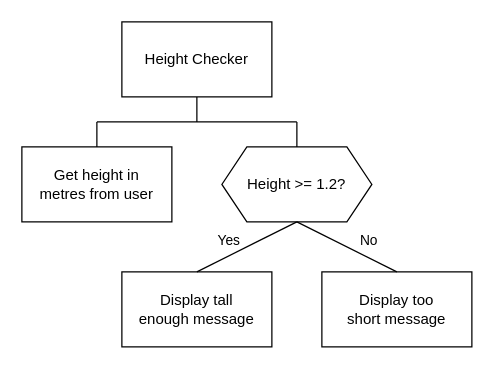
MrFriendCS/MrFriendCS.github.io keeps this draw.io diagram as page "Extreme" (2 of 2) of n5-cs/sdd/N5-SDD-Testing/assets/N5-SDD-Testing.drawio. Above is the earlier version. Source tidied: cells renumbered, new cells numbered last; positions are measured from the earlier drawing's top-left corner, leaving out a move shared by most shapes. Both pictures are drawn from the tidied source at 125%, with x=0, y=0 at pixel (21, 21).
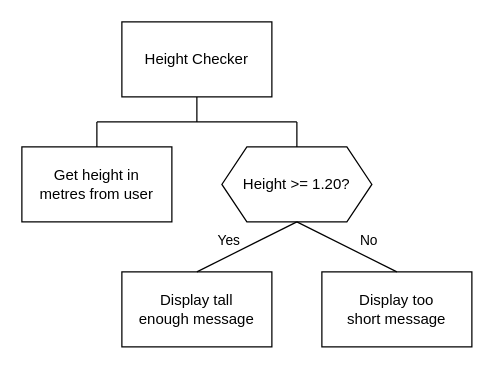
The same diagram, later.

Diff of the diagram source:
```diff
@@
 <mxGraphModel>
   <root>
     <mxCell id="0" />
     <mxCell id="1" parent="0" />
     <mxCell id="2" style="edgeStyle=orthogonalEdgeStyle;rounded=0;jettySize=auto;html=1;exitX=0.5;exitY=1;exitDx=0;exitDy=0;endArrow=none;endFill=0;" parent="1" edge="1" source="3">
       <mxGeometry relative="1" as="geometry">
         <mxPoint x="140" y="80" as="targetPoint" />
       </mxGeometry>
     </mxCell>
     <mxCell id="3" value="Height Checker" style="rounded=0;whiteSpace=wrap;html=1;fillColor=none;" parent="1" vertex="1">
       <mxGeometry x="80" width="120" height="60" as="geometry" />
     </mxCell>
     <mxCell id="4" style="edgeStyle=orthogonalEdgeStyle;rounded=0;orthogonalLoop=1;jettySize=auto;html=1;exitX=0.5;exitY=0;exitDx=0;exitDy=0;endArrow=none;endFill=0;" parent="1" edge="1">
       <mxGeometry relative="1" as="geometry">
         <mxPoint x="220" y="100" as="sourcePoint" />
         <mxPoint x="220" y="80" as="targetPoint" />
       </mxGeometry>
     </mxCell>
     <mxCell id="5" style="edgeStyle=orthogonalEdgeStyle;rounded=0;jettySize=auto;html=1;exitX=0.5;exitY=0;exitDx=0;exitDy=0;endArrow=none;endFill=0;" parent="1" edge="1" source="6">
       <mxGeometry relative="1" as="geometry">
         <mxPoint x="60" y="80" as="targetPoint" />
       </mxGeometry>
     </mxCell>
     <mxCell id="6" value="Get height in&lt;div&gt;metres from user&lt;/div&gt;" style="rounded=0;whiteSpace=wrap;html=1;fillColor=none;" parent="1" vertex="1">
       <mxGeometry y="100" width="120" height="60" as="geometry" />
     </mxCell>
     <mxCell id="7" style="endArrow=none;html=1;" parent="1" edge="1">
       <mxGeometry relative="1" as="geometry">
         <mxPoint x="60" y="80" as="sourcePoint" />
         <mxPoint x="220" y="80" as="targetPoint" />
       </mxGeometry>
     </mxCell>
     <mxCell id="8" style="shape=connector;rounded=0;jettySize=auto;html=1;exitX=0.5;exitY=0;exitDx=0;exitDy=0;entryX=0.5;entryY=1;entryDx=0;entryDy=0;labelBackgroundColor=default;strokeColor=default;fontFamily=Helvetica;fontSize=11;fontColor=default;endArrow=none;endFill=0;" parent="1" edge="1" source="9" target="12">
       <mxGeometry relative="1" as="geometry" />
     </mxCell>
     <mxCell id="9" value="Display tall&lt;div&gt;enough message&lt;/div&gt;" style="rounded=0;whiteSpace=wrap;html=1;fillColor=none;" parent="1" vertex="1">
       <mxGeometry x="80" y="200" width="120" height="60" as="geometry" />
     </mxCell>
     <mxCell id="10" value="Yes" style="text;html=1;strokeColor=none;fillColor=none;align=right;verticalAlign=middle;whiteSpace=wrap;rounded=0;fontSize=11;fontFamily=Helvetica;fontColor=default;spacing=2;spacingRight=3;" parent="1" vertex="1">
       <mxGeometry x="150" y="160" width="30" height="30" as="geometry" />
     </mxCell>
     <mxCell id="11" style="edgeStyle=none;shape=connector;rounded=0;jettySize=auto;html=1;exitX=0.5;exitY=1;exitDx=0;exitDy=0;entryX=0.5;entryY=0;entryDx=0;entryDy=0;strokeColor=default;align=center;verticalAlign=middle;fontFamily=Helvetica;fontSize=11;fontColor=default;labelBackgroundColor=default;endArrow=none;endFill=0;" parent="1" edge="1" source="12" target="13">
       <mxGeometry relative="1" as="geometry" />
     </mxCell>
-    <mxCell id="12" value="Height &amp;gt;= 1.2?" style="shape=hexagon;perimeter=hexagonPerimeter2;whiteSpace=wrap;html=1;fixedSize=1;fillColor=none;" parent="1" vertex="1">
+    <mxCell id="12" value="Height &amp;gt;= 1.20?" style="shape=hexagon;perimeter=hexagonPerimeter2;whiteSpace=wrap;html=1;fixedSize=1;fillColor=none;" parent="1" vertex="1">
       <mxGeometry x="160" y="100" width="120" height="60" as="geometry" />
     </mxCell>
     <mxCell id="13" value="Display too&lt;div&gt;short message&lt;/div&gt;" style="rounded=0;whiteSpace=wrap;html=1;fillColor=none;" parent="1" vertex="1">
       <mxGeometry x="240" y="200" width="120" height="60" as="geometry" />
     </mxCell>
     <mxCell id="14" value="No" style="text;html=1;strokeColor=none;fillColor=none;align=right;verticalAlign=middle;whiteSpace=wrap;rounded=0;fontSize=11;fontFamily=Helvetica;fontColor=default;spacing=2;spacingRight=3;" parent="1" vertex="1">
       <mxGeometry x="260" y="160" width="30" height="30" as="geometry" />
     </mxCell>
   </root>
 </mxGraphModel>
```
